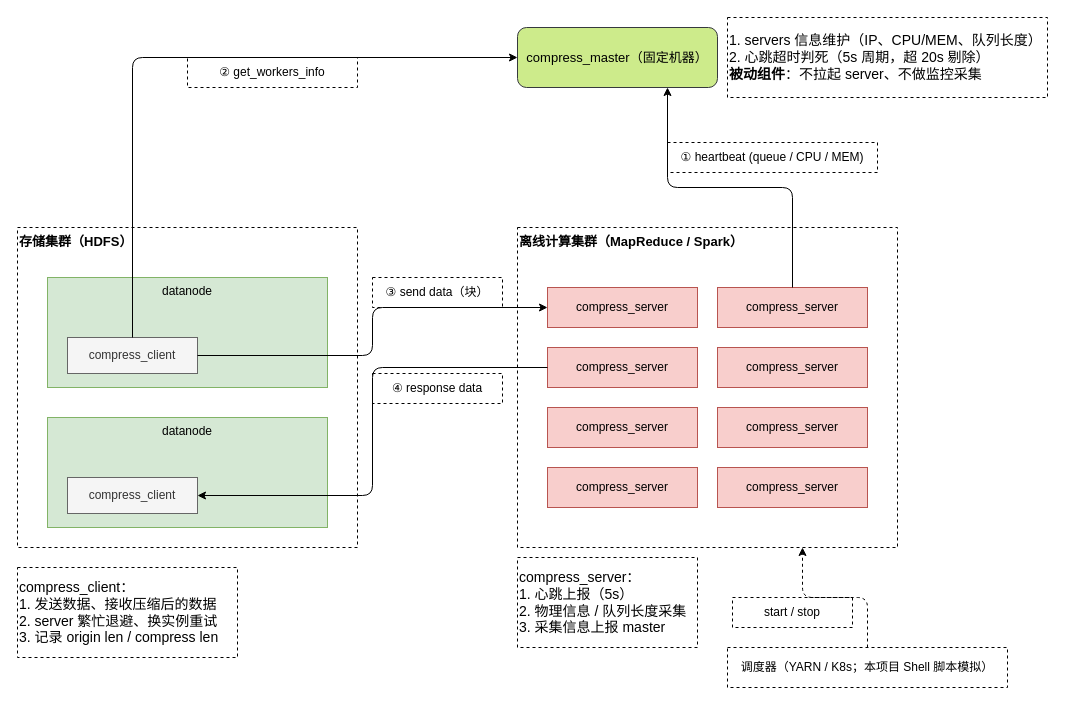
Above: docs/diagrams/compress-system.drawio in WitherLzero/distributed-compress-system (draw.io), before the change. Source tidied: cells renumbered, new cells numbered last; positions are measured from the earlier drawing's top-left corner, leaving out a move shared by most shapes. Both pictures are drawn from the tidied source at 100%, with x=0, y=0 at pixel (17, 17).
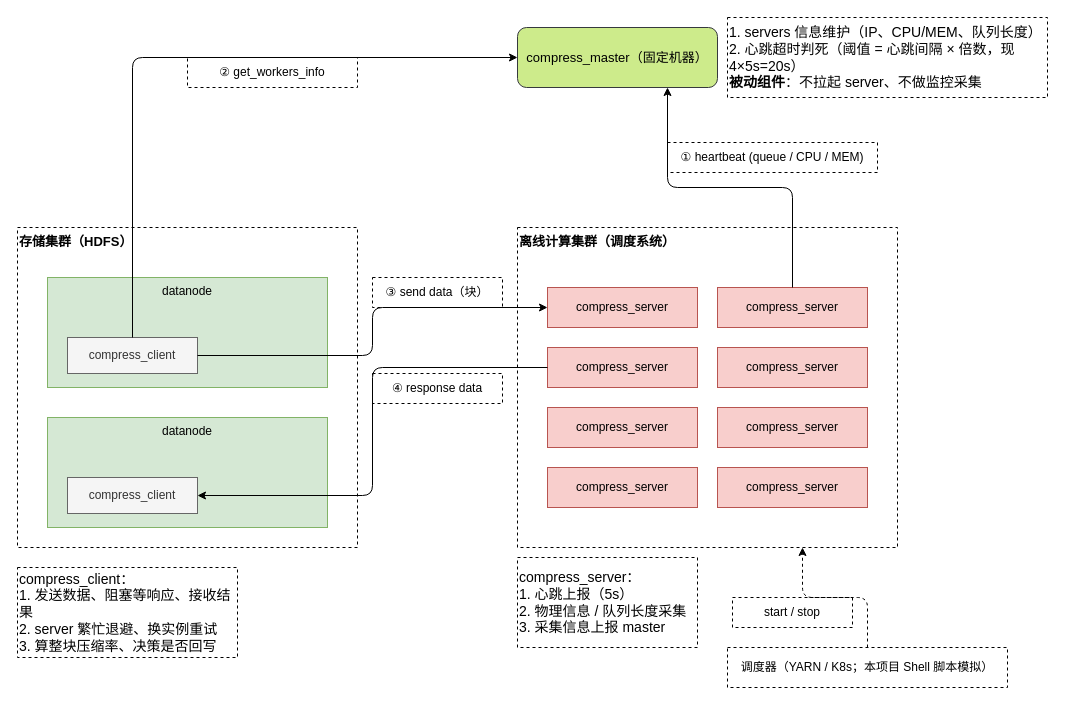
The same page after the edit.

What changed in the source:
```diff
@@
-    <mxCell id="3" value="&lt;font style=&quot;font-size: 14px;&quot;&gt;1. servers 信息维护（IP、CPU/MEM、队列长度）&lt;br&gt;2. 心跳超时判死（5s 周期，超 20s 剔除）&lt;br&gt;&lt;b&gt;被动组件&lt;/b&gt;：不拉起 server、不做监控采集&lt;/font&gt;" style="text;html=1;strokeColor=default;fillColor=none;align=left;verticalAlign=middle;whiteSpace=wrap;rounded=0;dashed=1;" parent="1" vertex="1">
+    <mxCell id="3" value="&lt;font style=&quot;font-size: 14px;&quot;&gt;1. servers 信息维护（IP、CPU/MEM、队列长度）&lt;br&gt;2. 心跳超时判死（阈值 = 心跳间隔 × 倍数，现 4×5s=20s）&lt;br&gt;&lt;b&gt;被动组件&lt;/b&gt;：不拉起 server、不做监控采集&lt;/font&gt;" style="text;html=1;strokeColor=default;fillColor=none;align=left;verticalAlign=middle;whiteSpace=wrap;rounded=0;dashed=1;" parent="1" vertex="1">
       <mxGeometry x="710" width="320" height="80" as="geometry" />
     </mxCell>
@@
-    <mxCell id="9" value="离线计算集群（MapReduce / Spark）" style="rounded=0;whiteSpace=wrap;html=1;fillColor=none;verticalAlign=top;fontStyle=1;dashed=1;fontSize=13;align=left;" parent="1" vertex="1">
+    <mxCell id="9" value="离线计算集群（调度系统）" style="rounded=0;whiteSpace=wrap;html=1;fillColor=none;verticalAlign=top;fontStyle=1;dashed=1;fontSize=13;align=left;" parent="1" vertex="1">
       <mxGeometry x="500" y="210" width="380" height="320" as="geometry" />
     </mxCell>
@@
-    <mxCell id="19" value="&lt;font style=&quot;font-size: 14px;&quot;&gt;compress_client：&lt;br&gt;1. 发送数据、接收压缩后的数据&lt;br&gt;2. server 繁忙退避、换实例重试&lt;br&gt;3. 记录 origin len / compress len&lt;/font&gt;" style="text;html=1;strokeColor=default;fillColor=none;align=left;verticalAlign=middle;whiteSpace=wrap;rounded=0;dashed=1;" parent="1" vertex="1">
+    <mxCell id="19" value="&lt;font style=&quot;font-size: 14px;&quot;&gt;compress_client：&lt;br&gt;1. 发送数据、阻塞等响应、接收结果&lt;br&gt;2. server 繁忙退避、换实例重试&lt;br&gt;3. 算整块压缩率、决策是否回写&lt;/font&gt;" style="text;html=1;strokeColor=default;fillColor=none;align=left;verticalAlign=middle;whiteSpace=wrap;rounded=0;dashed=1;" parent="1" vertex="1">
       <mxGeometry y="550" width="220" height="90" as="geometry" />
     </mxCell>
```
